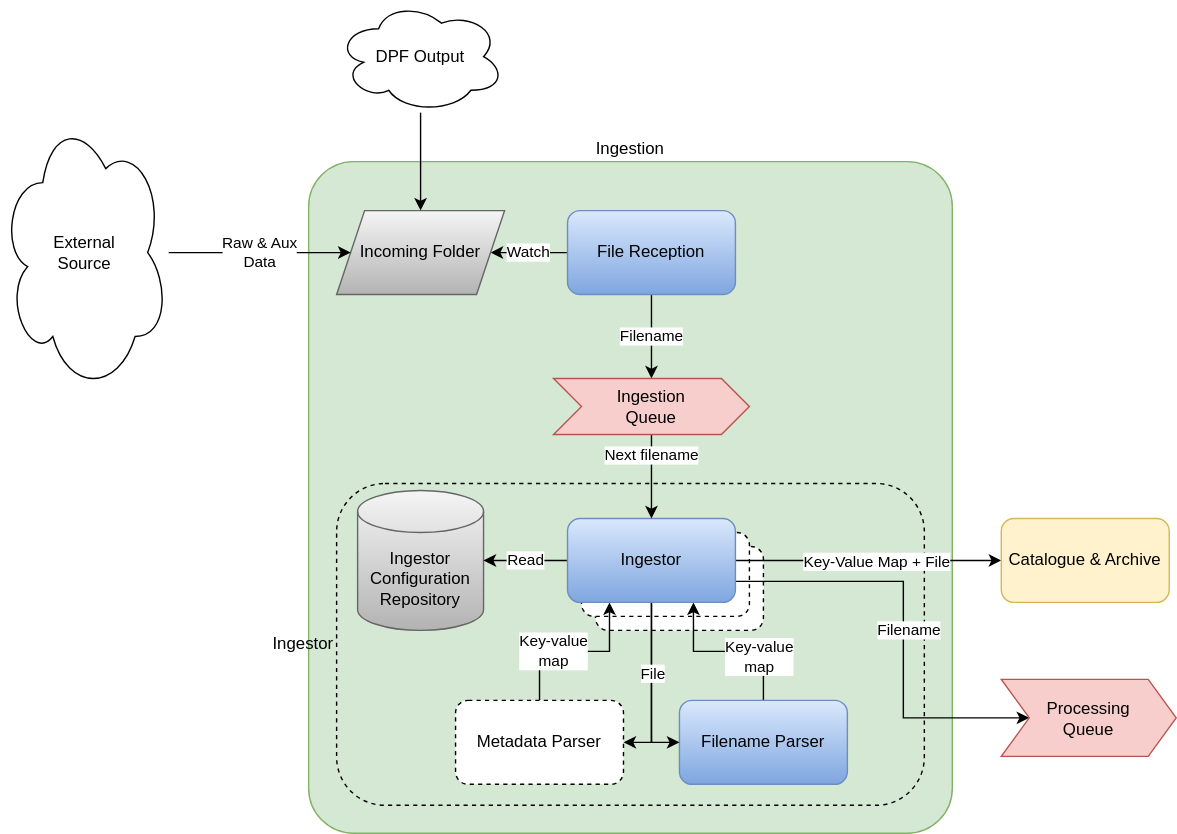
ersandemircioglu/dpf keeps this draw.io diagram as docs/level_1_ingestion.svg. Above is the earlier version. Source tidied: cells renumbered, new cells last; positions are measured from the earlier drawing's top-left corner, leaving out a move shared by most shapes.
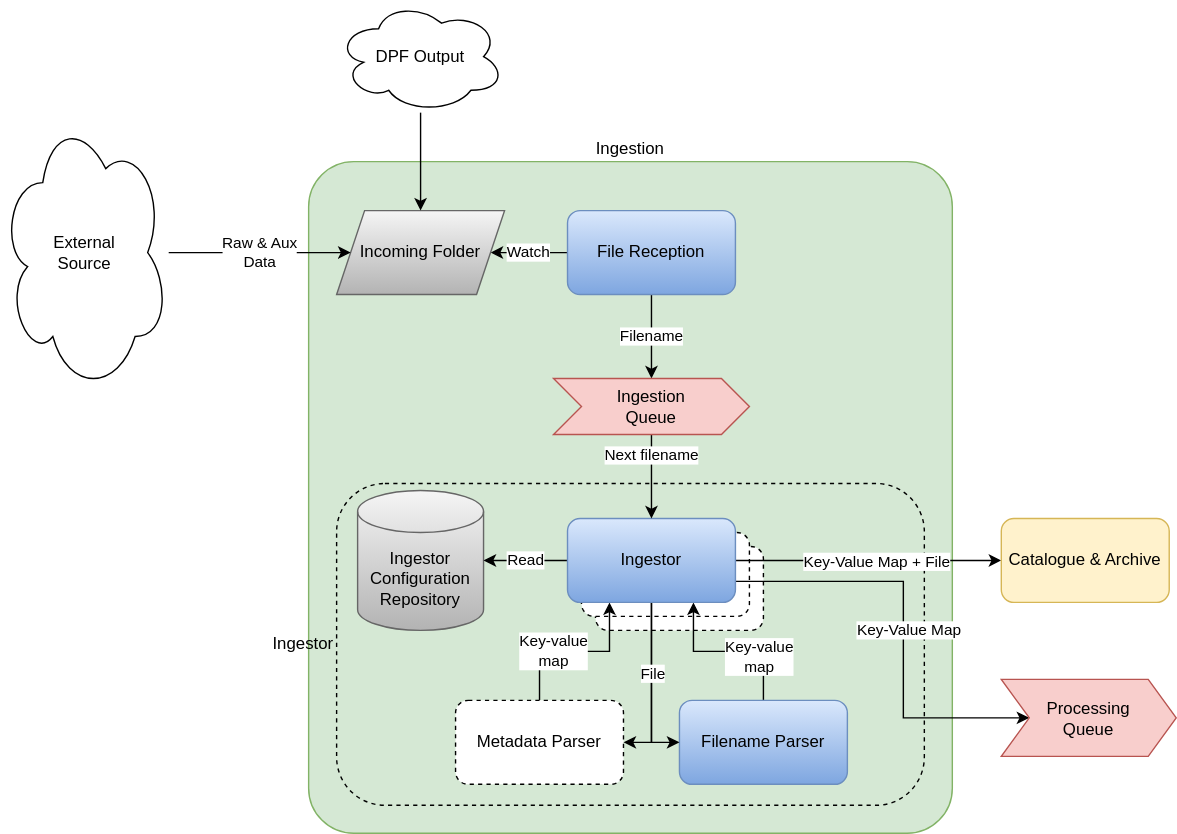
After the commit.

Change to the diagram source:
```diff
@@ -72,7 +72,7 @@
         </Array>
       </mxGeometry>
     </mxCell>
-    <mxCell id="22" value="Filename" style="edgeLabel;html=1;align=center;verticalAlign=middle;" parent="21" vertex="1">
+    <mxCell id="22" value="Key-Value Map" style="edgeLabel;html=1;align=center;verticalAlign=middle;" parent="21" vertex="1">
       <mxGeometry y="3" relative="1" as="geometry" />
     </mxCell>
     <mxCell id="23" value="Ingestor" style="rounded=1;whiteSpace=wrap;html=1;fillColor=#dae8fc;strokeColor=#6c8ebf;gradientColor=#7ea6e0;" parent="1" vertex="1">
```
